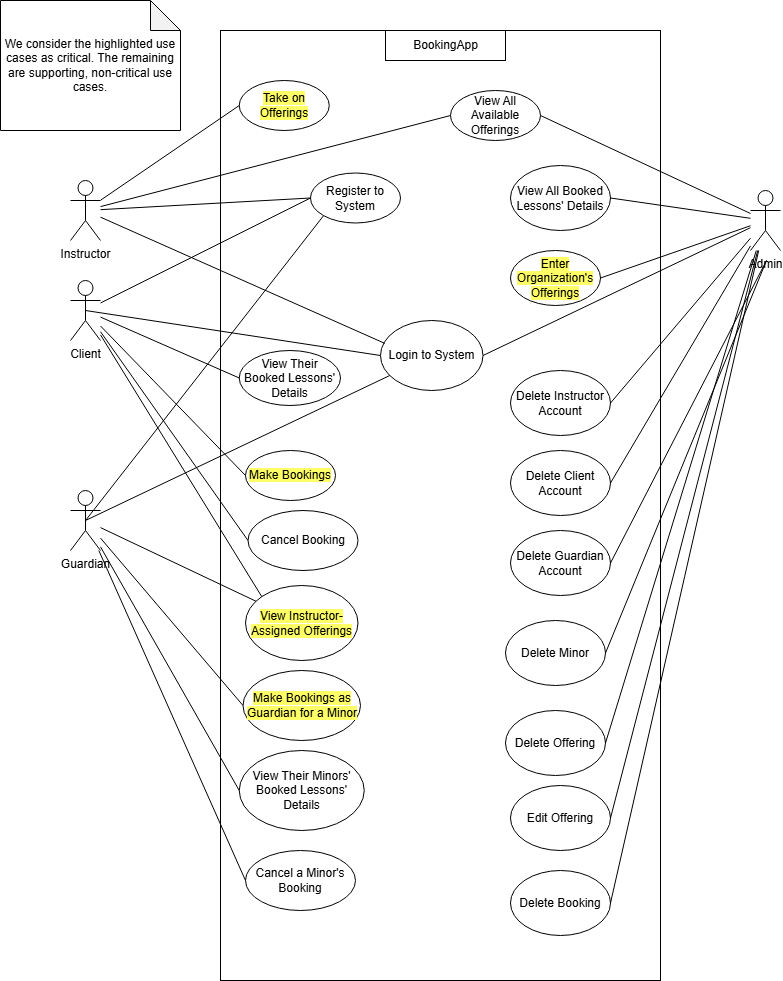
aleckira/SOEN_342_PROJECT keeps this draw.io diagram as Artifacts/Use Case Diagram.drawio.png. Above is the earlier version. Source tidied: cells renumbered, new cells last; positions are measured from the earlier drawing's top-left corner, leaving out a move shared by most shapes.
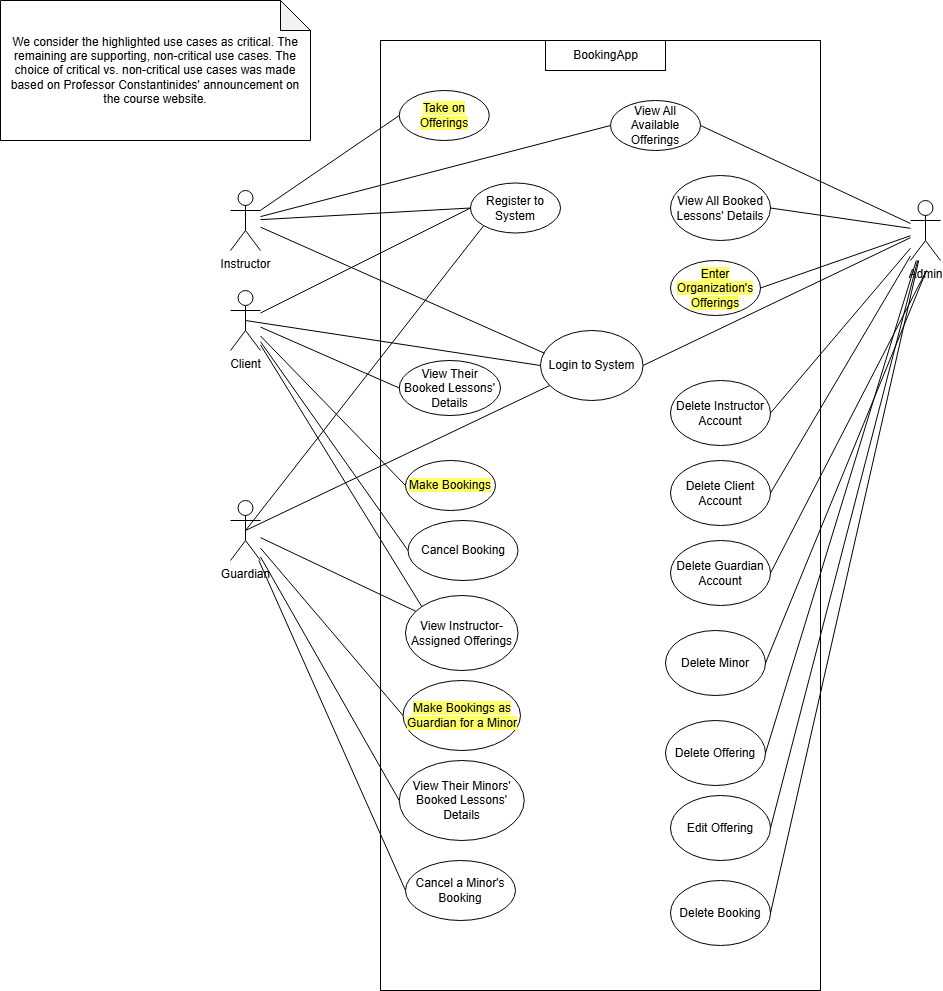
After the commit.

What changed in the source:
```diff
@@ -44,7 +44,7 @@
     <mxCell id="15" style="endArrow=none;html=1;rounded=0;entryX=0;entryY=0.5;entryDx=0;entryDy=0;" parent="1" edge="1" source="6" target="14">
       <mxGeometry relative="1" as="geometry" />
     </mxCell>
-    <mxCell id="16" value="&lt;span style=&quot;background-color: rgb(255, 255, 102);&quot;&gt;View Instructor-Assigned Offerings&lt;/span&gt;" style="ellipse;whiteSpace=wrap;html=1;" parent="1" vertex="1">
+    <mxCell id="16" value="&lt;span style=&quot;background-color: rgb(255, 255, 255);&quot;&gt;View Instructor-Assigned Offerings&lt;/span&gt;" style="ellipse;whiteSpace=wrap;html=1;" parent="1" vertex="1">
       <mxGeometry x="245" y="585" width="112.5" height="75" as="geometry" />
     </mxCell>
     <mxCell id="17" style="endArrow=none;html=1;rounded=0;entryX=0;entryY=0;entryDx=0;entryDy=0;" parent="1" edge="1" source="7" target="16">
@@ -149,8 +149,8 @@
     <mxCell id="50" style="endArrow=none;html=1;rounded=0;entryX=0;entryY=0.5;entryDx=0;entryDy=0;" parent="1" edge="1" source="41" target="49">
       <mxGeometry relative="1" as="geometry" />
     </mxCell>
-    <mxCell id="51" value="We consider the highlighted use cases as critical. The remaining are supporting, non-critical use cases." style="shape=note;whiteSpace=wrap;html=1;backgroundOutline=1;darkOpacity=0.05;" parent="1" vertex="1">
-      <mxGeometry width="180" height="130" as="geometry" />
+    <mxCell id="51" value="We consider the highlighted use cases as critical. The remaining are supporting, non-critical use cases. The choice of critical vs. non-critical use cases was made based on Professor&amp;nbsp;Constantinides' announcement on the course website." style="shape=note;whiteSpace=wrap;html=1;backgroundOutline=1;darkOpacity=0.05;" parent="1" vertex="1">
+      <mxGeometry x="-160" y="-10" width="310" height="140" as="geometry" />
     </mxCell>
     <mxCell id="52" value="Delete Client Account" style="ellipse;whiteSpace=wrap;html=1;" parent="1" vertex="1">
       <mxGeometry x="510" y="450" width="100" height="65" as="geometry" />
```
